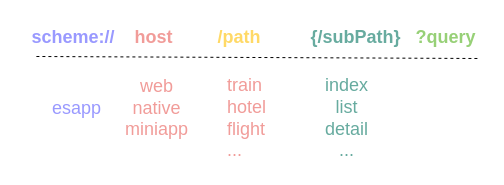
Earlier version of the draw.io diagram page "Router 标准" (3 of 6) of 容器化实施方案.drawio (ashen-23/DrawIORepo). Source tidied: cells renumbered, new cells numbered last; positions are measured from the earlier drawing's top-left corner, leaving out a move shared by most shapes. Both pictures are drawn from the tidied source at 100%, with x=0, y=0 at pixel (17, 17).
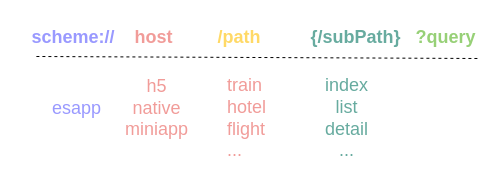
After the change.

Commit message:
更新容器化实施方案.drawio

Change to the diagram source:
```diff
@@
 <mxGraphModel>
   <root>
     <mxCell id="0" />
     <mxCell id="1" parent="0" />
     <mxCell id="2" value="&lt;font color=&quot;#9999ff&quot;&gt;scheme://&amp;nbsp; &amp;nbsp;&amp;nbsp;&lt;/font&gt;&lt;font color=&quot;#f19c99&quot;&gt;host&amp;nbsp; &amp;nbsp; &amp;nbsp; &amp;nbsp; &amp;nbsp;&lt;/font&gt;&lt;font color=&quot;#ffd966&quot;&gt;/path&amp;nbsp; &amp;nbsp; &amp;nbsp; &amp;nbsp; &amp;nbsp;&amp;nbsp;&lt;/font&gt;&lt;font color=&quot;#67ab9f&quot;&gt;{/subPath}&lt;/font&gt;&lt;font color=&quot;#ffd966&quot;&gt;&amp;nbsp; &amp;nbsp;&lt;/font&gt;&lt;font color=&quot;#97d077&quot;&gt;?query&lt;/font&gt;" style="text;html=1;align=center;verticalAlign=middle;points=[];strokeColor=none;fillColor=none;fontSize=18;fontStyle=1;spacingLeft=1;labelBorderColor=none;" parent="1" vertex="1">
       <mxGeometry width="470" height="40" as="geometry" />
     </mxCell>
     <mxCell id="3" value="esapp" style="text;html=1;align=center;verticalAlign=middle;strokeColor=none;fillColor=none;fontSize=18;fontColor=#9999FF;" parent="1" vertex="1">
       <mxGeometry x="24" y="71" width="70" height="40" as="geometry" />
     </mxCell>
-    <mxCell id="4" value="web&lt;br&gt;native&lt;br&gt;miniapp" style="text;html=1;align=center;verticalAlign=middle;strokeColor=none;fillColor=none;fontSize=18;fontColor=#F19C99;" parent="1" vertex="1">
+    <mxCell id="4" value="h5&lt;br&gt;native&lt;br&gt;miniapp" style="text;html=1;align=center;verticalAlign=middle;strokeColor=none;fillColor=none;fontSize=18;fontColor=#F19C99;" parent="1" vertex="1">
       <mxGeometry x="94" y="51" width="90" height="80" as="geometry" />
     </mxCell>
     <mxCell id="5" value="train&lt;br&gt;hotel&lt;br&gt;flight&lt;br&gt;..." style="text;html=1;align=left;verticalAlign=middle;strokeColor=none;fillColor=none;fontSize=18;fontColor=#F19C99;" parent="1" vertex="1">
       <mxGeometry x="208" y="51" width="60" height="100" as="geometry" />
     </mxCell>
     <mxCell id="6" style="endArrow=none;html=1;rounded=0;fontSize=18;fontColor=#F19C99;exitX=0.031;exitY=1.1;exitDx=0;exitDy=0;exitPerimeter=0;dashed=1;elbow=vertical;entryX=0.98;entryY=1.025;entryDx=0;entryDy=0;entryPerimeter=0;" parent="1" edge="1" target="2">
       <mxGeometry relative="1" as="geometry">
         <mxPoint x="18.9" y="39" as="sourcePoint" />
       </mxGeometry>
     </mxCell>
     <mxCell id="7" value="index&lt;br&gt;list&lt;br&gt;detail&lt;br&gt;..." style="text;html=1;align=center;verticalAlign=middle;strokeColor=none;fillColor=none;fontSize=18;fontColor=#67AB9F;" parent="1" vertex="1">
       <mxGeometry x="294" y="51" width="70" height="100" as="geometry" />
     </mxCell>
   </root>
 </mxGraphModel>
```
